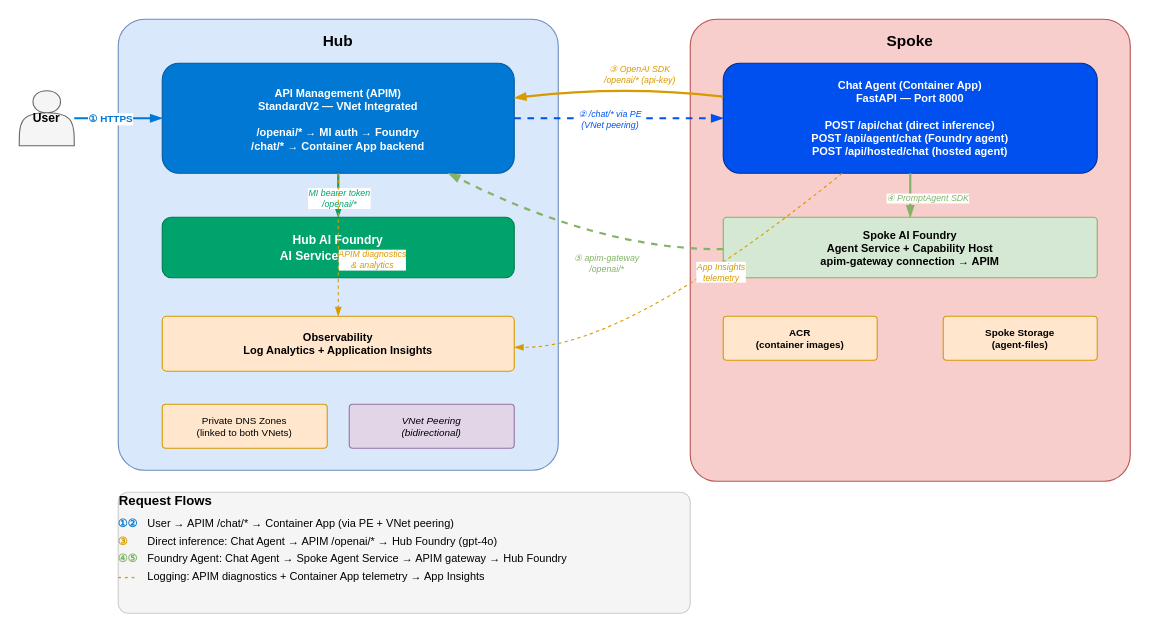
Earlier version of the draw.io diagram architecture-flows.drawio (jplck/Model-Gateway-Landingzone). Source tidied: cells renumbered, new cells numbered last; positions are measured from the earlier drawing's top-left corner, leaving out a move shared by most shapes. Both pictures are drawn from the tidied source at 110%, with x=0, y=0 at pixel (19, 19).
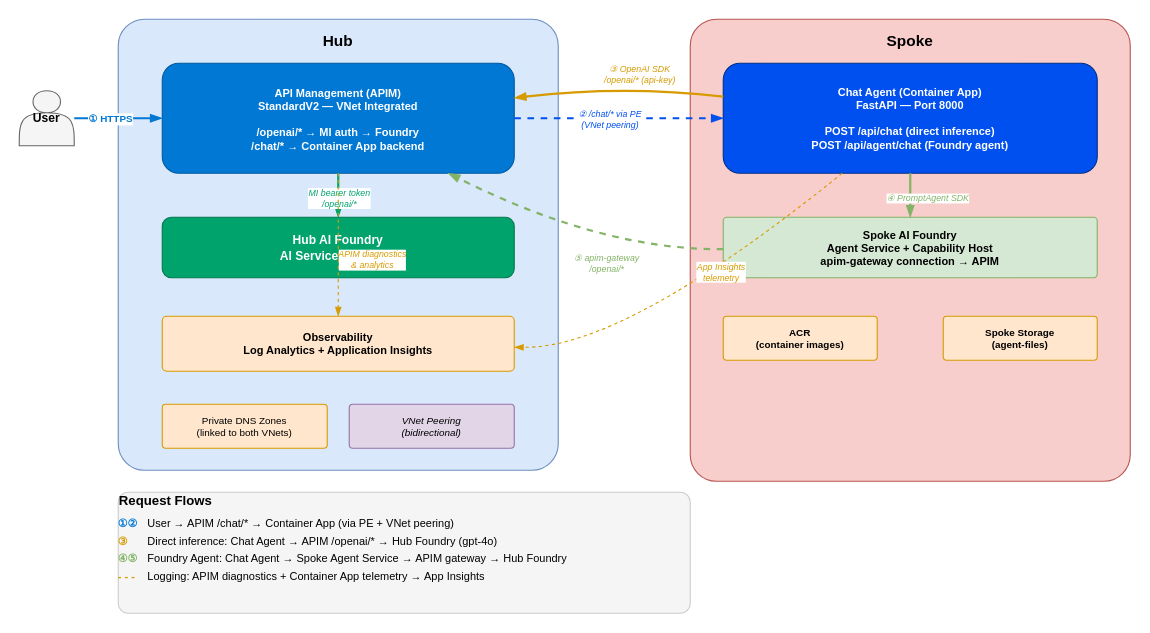
The same diagram, later.

Diff of the diagram source:
```diff
@@
-    <mxCell id="11" value="Chat Agent (Container App)&#10;FastAPI — Port 8000&#10;&#10;POST /api/chat  (direct inference)&#10;POST /api/agent/chat  (Foundry agent)&#10;POST /api/hosted/chat  (hosted agent)" style="rounded=1;whiteSpace=wrap;html=1;fillColor=#0050EF;strokeColor=#003087;fontColor=#FFFFFF;fontSize=10;fontStyle=1;verticalAlign=middle;" parent="1" vertex="1">
+    <mxCell id="11" value="Chat Agent (Container App)&#10;FastAPI — Port 8000&#10;&#10;POST /api/chat  (direct inference)&#10;POST /api/agent/chat  (Foundry agent)" style="rounded=1;whiteSpace=wrap;html=1;fillColor=#0050EF;strokeColor=#003087;fontColor=#FFFFFF;fontSize=10;fontStyle=1;verticalAlign=middle;" parent="1" vertex="1">
       <mxGeometry x="640" y="40" width="340" height="100" as="geometry" />
     </mxCell>
```
